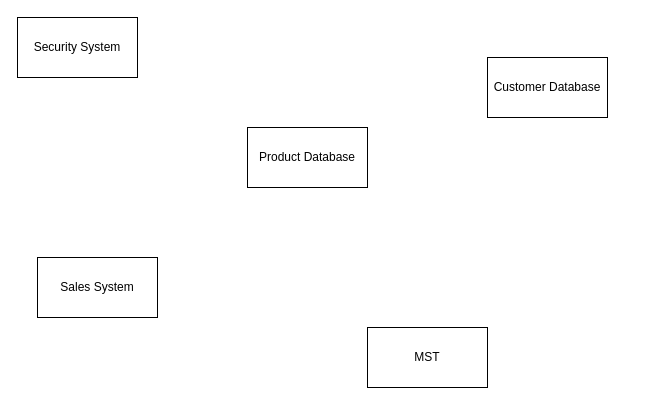
antonykimuom/SWEN30006-2025-SM1-workshop1-tuew05-14-00-team-12 keeps this draw.io diagram as workshop10_week11.drawio. Above is the earlier version. Source tidied: cells renumbered, new cells numbered last; positions are measured from the earlier drawing's top-left corner, leaving out a move shared by most shapes. Both pictures are drawn from the tidied source at 100%, with x=0, y=0 at pixel (17, 17).
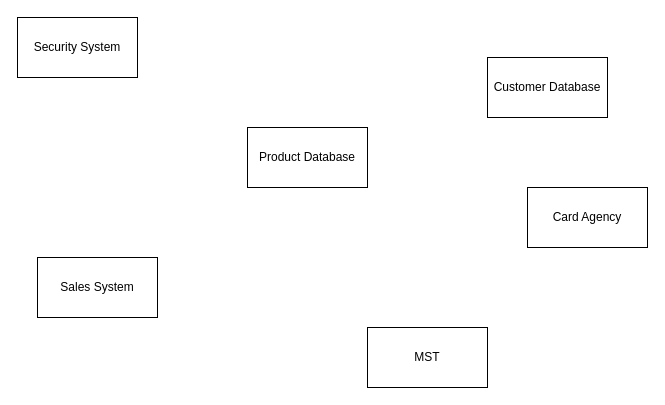
The same diagram, later.

The edit, as a diff of the source:
```diff
@@
 <mxGraphModel>
   <root>
     <mxCell id="0" />
     <mxCell id="1" parent="0" />
     <mxCell id="2" value="Product Database" style="rounded=0;whiteSpace=wrap;html=1;" parent="1" vertex="1">
       <mxGeometry x="230" y="110" width="120" height="60" as="geometry" />
     </mxCell>
     <mxCell id="3" value="Customer Database" style="rounded=0;whiteSpace=wrap;html=1;" parent="1" vertex="1">
       <mxGeometry x="470" y="40" width="120" height="60" as="geometry" />
     </mxCell>
     <mxCell id="4" value="Security System" style="rounded=0;whiteSpace=wrap;html=1;" parent="1" vertex="1">
       <mxGeometry width="120" height="60" as="geometry" />
     </mxCell>
     <mxCell id="5" value="MST" style="rounded=0;whiteSpace=wrap;html=1;" parent="1" vertex="1">
       <mxGeometry x="350" y="310" width="120" height="60" as="geometry" />
     </mxCell>
     <mxCell id="6" value="Sales System" style="rounded=0;whiteSpace=wrap;html=1;" parent="1" vertex="1">
       <mxGeometry x="20" y="240" width="120" height="60" as="geometry" />
     </mxCell>
+    <mxCell id="7" value="Card Agency" style="rounded=0;whiteSpace=wrap;html=1;" parent="1" vertex="1">
+      <mxGeometry x="510" y="170" width="120" height="60" as="geometry" />
+    </mxCell>
   </root>
 </mxGraphModel>
```
